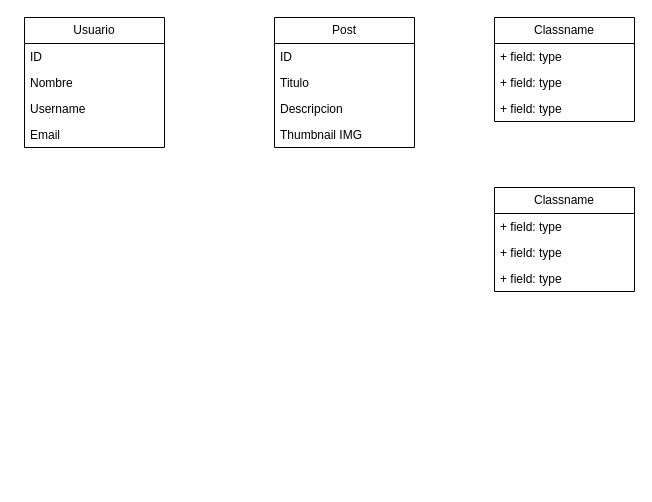
Before: assets/vh.drawio in DEsoTVH/tvhpage, a draw.io diagram. Source tidied: cells renumbered, new cells numbered last; positions are measured from the earlier drawing's top-left corner, leaving out a move shared by most shapes. Both pictures are drawn from the tidied source at 100%, with x=0, y=0 at pixel (24, 17).
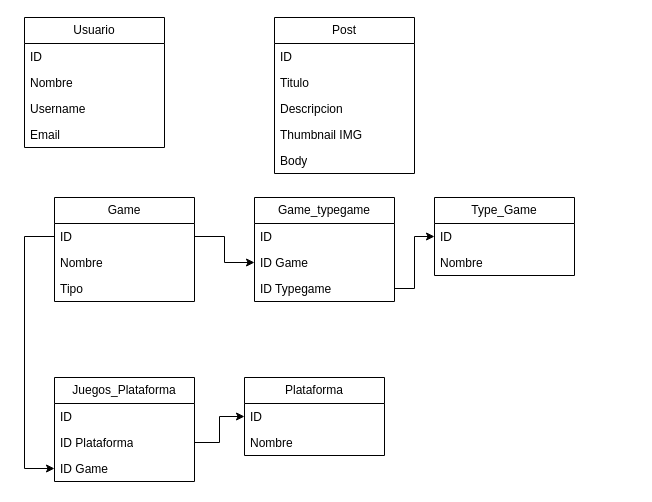
The same diagram, later.

What changed in the source:
```diff
@@
     <mxCell id="7" value="Post" style="swimlane;fontStyle=0;horizontal=1;startSize=26;fillColor=none;whiteSpace=wrap;html=1;" parent="1" vertex="1">
-      <mxGeometry x="250" width="140" height="130" as="geometry" />
+      <mxGeometry x="250" width="140" height="156" as="geometry" />
     </mxCell>
@@
+    <mxCell id="20" value="Body&lt;br&gt;" style="text;strokeColor=none;fillColor=none;align=left;verticalAlign=top;spacingLeft=4;spacingRight=4;overflow=hidden;whiteSpace=wrap;html=1;" parent="7" vertex="1">
+      <mxGeometry y="130" width="140" height="26" as="geometry" />
+    </mxCell>
-    <mxCell id="12" value="Classname" style="swimlane;fontStyle=0;horizontal=1;startSize=26;fillColor=none;whiteSpace=wrap;html=1;" parent="1" vertex="1">
-      <mxGeometry x="470" y="170" width="140" height="104" as="geometry" />
+    <mxCell id="12" value="Plataforma" style="swimlane;fontStyle=0;horizontal=1;startSize=26;fillColor=none;whiteSpace=wrap;html=1;" parent="1" vertex="1">
+      <mxGeometry x="220" y="360" width="140" height="78" as="geometry" />
     </mxCell>
-    <mxCell id="13" value="+ field: type" style="text;strokeColor=none;fillColor=none;align=left;verticalAlign=top;spacingLeft=4;spacingRight=4;overflow=hidden;points=[[0,0.5],[1,0.5]];portConstraint=eastwest;whiteSpace=wrap;html=1;" parent="12" vertex="1">
+    <mxCell id="13" value="ID" style="text;strokeColor=none;fillColor=none;align=left;verticalAlign=top;spacingLeft=4;spacingRight=4;overflow=hidden;points=[[0,0.5],[1,0.5]];portConstraint=eastwest;whiteSpace=wrap;html=1;" parent="12" vertex="1">
       <mxGeometry y="26" width="140" height="26" as="geometry" />
     </mxCell>
-    <mxCell id="14" value="+ field: type" style="text;strokeColor=none;fillColor=none;align=left;verticalAlign=top;spacingLeft=4;spacingRight=4;overflow=hidden;whiteSpace=wrap;html=1;" parent="12" vertex="1">
+    <mxCell id="14" value="Nombre" style="text;strokeColor=none;fillColor=none;align=left;verticalAlign=top;spacingLeft=4;spacingRight=4;overflow=hidden;whiteSpace=wrap;html=1;" parent="12" vertex="1">
       <mxGeometry y="52" width="140" height="26" as="geometry" />
     </mxCell>
-    <mxCell id="15" value="+ field: type" style="text;strokeColor=none;fillColor=none;align=left;verticalAlign=top;spacingLeft=4;spacingRight=4;overflow=hidden;whiteSpace=wrap;html=1;" parent="12" vertex="1">
-      <mxGeometry y="78" width="140" height="26" as="geometry" />
-    </mxCell>
-    <mxCell id="16" value="Classname" style="swimlane;fontStyle=0;horizontal=1;startSize=26;fillColor=none;whiteSpace=wrap;html=1;" parent="1" vertex="1">
-      <mxGeometry x="470" width="140" height="104" as="geometry" />
+    <mxCell id="16" value="Game" style="swimlane;fontStyle=0;horizontal=1;startSize=26;fillColor=none;whiteSpace=wrap;html=1;" parent="1" vertex="1">
+      <mxGeometry x="30" y="180" width="140" height="104" as="geometry" />
     </mxCell>
-    <mxCell id="17" value="+ field: type" style="text;strokeColor=none;fillColor=none;align=left;verticalAlign=top;spacingLeft=4;spacingRight=4;overflow=hidden;points=[[0,0.5],[1,0.5]];portConstraint=eastwest;whiteSpace=wrap;html=1;" parent="16" vertex="1">
+    <mxCell id="17" value="ID" style="text;strokeColor=none;fillColor=none;align=left;verticalAlign=top;spacingLeft=4;spacingRight=4;overflow=hidden;points=[[0,0.5],[1,0.5]];portConstraint=eastwest;whiteSpace=wrap;html=1;" parent="16" vertex="1">
       <mxGeometry y="26" width="140" height="26" as="geometry" />
     </mxCell>
-    <mxCell id="18" value="+ field: type" style="text;strokeColor=none;fillColor=none;align=left;verticalAlign=top;spacingLeft=4;spacingRight=4;overflow=hidden;whiteSpace=wrap;html=1;" parent="16" vertex="1">
+    <mxCell id="18" value="Nombre" style="text;strokeColor=none;fillColor=none;align=left;verticalAlign=top;spacingLeft=4;spacingRight=4;overflow=hidden;whiteSpace=wrap;html=1;" parent="16" vertex="1">
       <mxGeometry y="52" width="140" height="26" as="geometry" />
     </mxCell>
-    <mxCell id="19" value="+ field: type" style="text;strokeColor=none;fillColor=none;align=left;verticalAlign=top;spacingLeft=4;spacingRight=4;overflow=hidden;whiteSpace=wrap;html=1;" parent="16" vertex="1">
+    <mxCell id="19" value="Tipo" style="text;strokeColor=none;fillColor=none;align=left;verticalAlign=top;spacingLeft=4;spacingRight=4;overflow=hidden;whiteSpace=wrap;html=1;" parent="16" vertex="1">
       <mxGeometry y="78" width="140" height="26" as="geometry" />
     </mxCell>
+    <mxCell id="21" value="Juegos_Plataforma" style="swimlane;fontStyle=0;horizontal=1;startSize=26;fillColor=none;whiteSpace=wrap;html=1;" parent="1" vertex="1">
+      <mxGeometry x="30" y="360" width="140" height="104" as="geometry" />
+    </mxCell>
+    <mxCell id="22" value="ID&lt;br&gt;" style="text;strokeColor=none;fillColor=none;align=left;verticalAlign=top;spacingLeft=4;spacingRight=4;overflow=hidden;whiteSpace=wrap;html=1;" parent="21" vertex="1">
+      <mxGeometry y="26" width="140" height="26" as="geometry" />
+    </mxCell>
+    <mxCell id="23" value="ID Plataforma" style="text;strokeColor=none;fillColor=none;align=left;verticalAlign=top;spacingLeft=4;spacingRight=4;overflow=hidden;points=[[0,0.5],[1,0.5]];portConstraint=eastwest;whiteSpace=wrap;html=1;" parent="21" vertex="1">
+      <mxGeometry y="52" width="140" height="26" as="geometry" />
+    </mxCell>
+    <mxCell id="24" value="ID Game&lt;br&gt;" style="text;strokeColor=none;fillColor=none;align=left;verticalAlign=top;spacingLeft=4;spacingRight=4;overflow=hidden;points=[[0,0.5],[1,0.5]];portConstraint=eastwest;whiteSpace=wrap;html=1;" parent="21" vertex="1">
+      <mxGeometry y="78" width="140" height="26" as="geometry" />
+    </mxCell>
+    <mxCell id="25" value="Type_Game" style="swimlane;fontStyle=0;horizontal=1;startSize=26;fillColor=none;whiteSpace=wrap;html=1;" parent="1" vertex="1">
+      <mxGeometry x="410" y="180" width="140" height="78" as="geometry" />
+    </mxCell>
+    <mxCell id="26" value="ID&lt;br&gt;" style="text;strokeColor=none;fillColor=none;align=left;verticalAlign=top;spacingLeft=4;spacingRight=4;overflow=hidden;points=[[0,0.5],[1,0.5]];portConstraint=eastwest;whiteSpace=wrap;html=1;" parent="25" vertex="1">
+      <mxGeometry y="26" width="140" height="26" as="geometry" />
+    </mxCell>
+    <mxCell id="27" value="Nombre" style="text;strokeColor=none;fillColor=none;align=left;verticalAlign=top;spacingLeft=4;spacingRight=4;overflow=hidden;whiteSpace=wrap;html=1;" parent="25" vertex="1">
+      <mxGeometry y="52" width="140" height="26" as="geometry" />
+    </mxCell>
+    <mxCell id="28" value="Game_typegame" style="swimlane;fontStyle=0;horizontal=1;startSize=26;fillColor=none;whiteSpace=wrap;html=1;" parent="1" vertex="1">
+      <mxGeometry x="230" y="180" width="140" height="104" as="geometry" />
+    </mxCell>
+    <mxCell id="29" value="ID&lt;br&gt;" style="text;strokeColor=none;fillColor=none;align=left;verticalAlign=top;spacingLeft=4;spacingRight=4;overflow=hidden;whiteSpace=wrap;html=1;" parent="28" vertex="1">
+      <mxGeometry y="26" width="140" height="26" as="geometry" />
+    </mxCell>
+    <mxCell id="30" value="ID Game" style="text;strokeColor=none;fillColor=none;align=left;verticalAlign=top;spacingLeft=4;spacingRight=4;overflow=hidden;points=[[0,0.5],[1,0.5]];portConstraint=eastwest;whiteSpace=wrap;html=1;" parent="28" vertex="1">
+      <mxGeometry y="52" width="140" height="26" as="geometry" />
+    </mxCell>
+    <mxCell id="31" value="ID Typegame" style="text;strokeColor=none;fillColor=none;align=left;verticalAlign=top;spacingLeft=4;spacingRight=4;overflow=hidden;points=[[0,0.5],[1,0.5]];portConstraint=eastwest;whiteSpace=wrap;html=1;" parent="28" vertex="1">
+      <mxGeometry y="78" width="140" height="26" as="geometry" />
+    </mxCell>
+    <mxCell id="32" style="edgeStyle=orthogonalEdgeStyle;rounded=0;jettySize=auto;html=1;entryX=0;entryY=0.5;entryDx=0;entryDy=0;" parent="1" edge="1" source="17" target="30">
+      <mxGeometry relative="1" as="geometry" />
+    </mxCell>
+    <mxCell id="33" style="edgeStyle=orthogonalEdgeStyle;rounded=0;jettySize=auto;html=1;entryX=0;entryY=0.5;entryDx=0;entryDy=0;" parent="1" edge="1" source="31" target="26">
+      <mxGeometry relative="1" as="geometry" />
+    </mxCell>
+    <mxCell id="34" style="edgeStyle=orthogonalEdgeStyle;rounded=0;jettySize=auto;html=1;exitX=0;exitY=0.5;exitDx=0;exitDy=0;entryX=0;entryY=0.5;entryDx=0;entryDy=0;" parent="1" edge="1" source="17" target="24">
+      <mxGeometry relative="1" as="geometry">
+        <Array as="points">
+          <mxPoint y="219" />
+          <mxPoint y="451" />
+        </Array>
+      </mxGeometry>
+    </mxCell>
+    <mxCell id="35" style="edgeStyle=orthogonalEdgeStyle;rounded=0;jettySize=auto;html=1;entryX=0;entryY=0.5;entryDx=0;entryDy=0;" parent="1" edge="1" source="23" target="13">
+      <mxGeometry relative="1" as="geometry" />
+    </mxCell>
```
